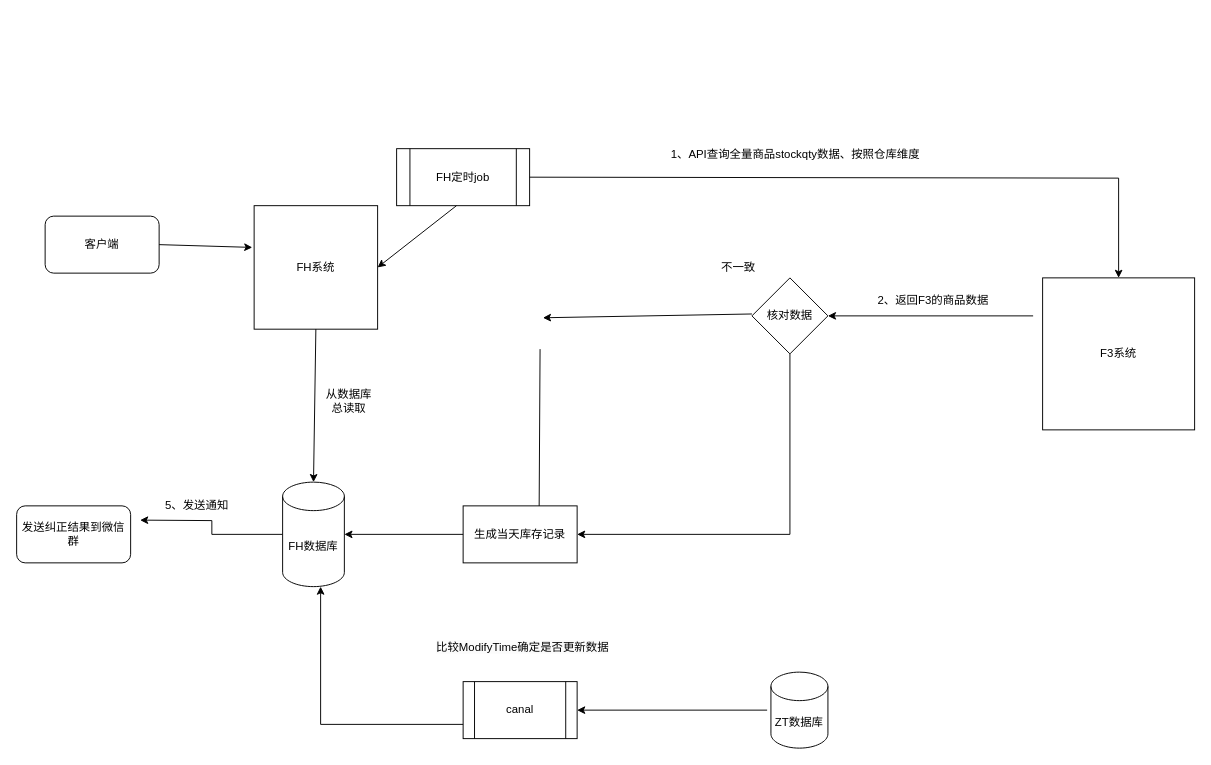
The draw.io diagram SketchMap/库存盘点.drawio in liuyunlong1229/aaa, before the edit. Source tidied: cells renumbered, new cells numbered last; positions are measured from the earlier drawing's top-left corner, leaving out a move shared by most shapes. Both pictures are drawn from the tidied source at 95%, with x=0, y=0 at pixel (16, 140).
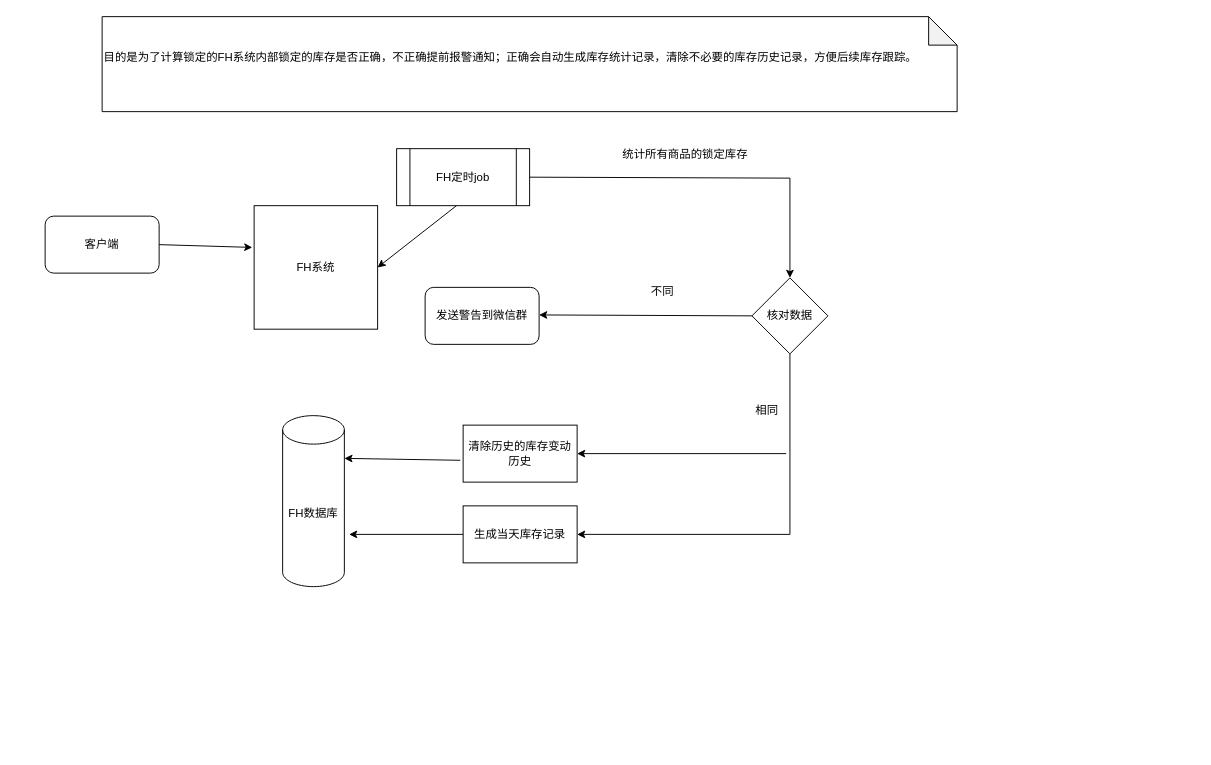
Above is the later version.

Commit message (it also covers changes not shown here):
更新库存盘点.drawio

The change refers to these unchanged cells:
```xml
<mxCell id="2" value="FH系统" style="whiteSpace=wrap;html=1;" parent="1" vertex="1">
  <mxGeometry x="250" y="69" width="130" height="130" as="geometry" />
</mxCell>
<mxCell id="7" value="FH定时job" style="shape=process;whiteSpace=wrap;html=1;backgroundOutline=1;" parent="1" vertex="1">
  <mxGeometry x="400" y="9" width="140" height="60" as="geometry" />
</mxCell>
<mxCell id="14" value="核对数据" style="rhombus;whiteSpace=wrap;html=1;" parent="1" vertex="1">
  <mxGeometry x="774" y="145" width="80" height="80" as="geometry" />
</mxCell>
<mxCell id="28" value="生成当天库存记录" style="rounded=0;whiteSpace=wrap;html=1;" parent="1" vertex="1">
  <mxGeometry x="470" y="385" width="120" height="60" as="geometry" />
</mxCell>
```

The edit, as a diff of the source:
```diff
@@
-    <mxCell id="3" style="edgeStyle=orthogonalEdgeStyle;rounded=0;jettySize=auto;html=1;entryX=1;entryY=0.5;entryDx=0;entryDy=0;" parent="1" edge="1" source="4">
-      <mxGeometry relative="1" as="geometry">
-        <mxPoint x="130" y="400" as="targetPoint" />
-      </mxGeometry>
-    </mxCell>
     <mxCell id="4" value="FH数据库" style="shape=cylinder3;whiteSpace=wrap;html=1;boundedLbl=1;backgroundOutline=1;size=15;" parent="1" vertex="1">
-      <mxGeometry x="280" y="360" width="65" height="110" as="geometry" />
+      <mxGeometry x="280" y="290" width="65" height="180" as="geometry" />
     </mxCell>
-    <mxCell id="5" value="F3系统" style="whiteSpace=wrap;html=1;" parent="1" vertex="1">
-      <mxGeometry x="1080" y="145" width="160" height="160" as="geometry" />
-    </mxCell>
-    <mxCell id="6" style="endArrow=classic;html=1;rounded=0;exitX=0.5;exitY=1;exitDx=0;exitDy=0;entryX=0.5;entryY=0;entryDx=0;entryDy=0;entryPerimeter=0;" parent="1" edge="1" source="2" target="4">
-      <mxGeometry relative="1" as="geometry" />
-    </mxCell>
@@
-    <mxCell id="8" style="endArrow=classic;html=1;rounded=0;entryX=0.5;entryY=0;entryDx=0;entryDy=0;exitX=1;exitY=0.5;exitDx=0;exitDy=0;" parent="1" edge="1" source="7" target="5">
-      <mxGeometry relative="1" as="geometry">
-        <Array as="points">
-          <mxPoint x="1160" y="40" />
-        </Array>
-      </mxGeometry>
-    </mxCell>
-    <mxCell id="9" value="1、API查询全量商品stockqty数据、按照仓库维度" style="text;html=1;align=center;verticalAlign=middle;whiteSpace=wrap;rounded=0;" parent="1" vertex="1">
-      <mxGeometry x="670" width="300" height="30" as="geometry" />
+    <mxCell id="9" value="统计所有商品的锁定库存" style="text;html=1;align=center;verticalAlign=middle;whiteSpace=wrap;rounded=0;" parent="1" vertex="1">
+      <mxGeometry x="554" width="300" height="30" as="geometry" />
     </mxCell>
@@
-    <mxCell id="15" style="endArrow=classic;html=1;rounded=0;entryX=1;entryY=0.5;entryDx=0;entryDy=0;" parent="1" edge="1" target="14">
-      <mxGeometry relative="1" as="geometry">
-        <mxPoint x="1070" y="185" as="sourcePoint" />
-      </mxGeometry>
-    </mxCell>
-    <mxCell id="16" style="endArrow=classic;html=1;rounded=0;entryX=1;entryY=0.25;entryDx=0;entryDy=0;" parent="1" edge="1">
-      <mxGeometry relative="1" as="geometry">
-        <mxPoint x="774" y="183" as="sourcePoint" />
-        <mxPoint x="554" y="187" as="targetPoint" />
-      </mxGeometry>
-    </mxCell>
-    <mxCell id="17" value="&lt;span style=&quot;color: rgb(0, 0, 0); font-family: Helvetica; font-size: 12px; font-style: normal; font-variant-ligatures: normal; font-variant-caps: normal; font-weight: 400; letter-spacing: normal; orphans: 2; text-align: center; text-indent: 0px; text-transform: none; widows: 2; word-spacing: 0px; -webkit-text-stroke-width: 0px; white-space: normal; background-color: rgb(251, 251, 251); text-decoration-thickness: initial; text-decoration-style: initial; text-decoration-color: initial; display: inline !important; float: none;&quot;&gt;比较ModifyTime确定是否更新数据&lt;/span&gt;" style="text;whiteSpace=wrap;html=1;" parent="1" vertex="1">
-      <mxGeometry x="440" y="520" width="220" height="40" as="geometry" />
-    </mxCell>
-    <mxCell id="18" value="canal" style="shape=process;whiteSpace=wrap;html=1;backgroundOutline=1;" parent="1" vertex="1">
-      <mxGeometry x="470" y="570" width="120" height="60" as="geometry" />
-    </mxCell>
-    <mxCell id="19" style="endArrow=classic;html=1;rounded=0;entryX=1;entryY=0.5;entryDx=0;entryDy=0;exitX=0;exitY=0.5;exitDx=0;exitDy=0;" parent="1" edge="1" target="18">
-      <mxGeometry relative="1" as="geometry">
-        <mxPoint x="790" y="600" as="sourcePoint" />
-      </mxGeometry>
-    </mxCell>
-    <mxCell id="20" style="endArrow=classic;html=1;rounded=0;exitX=0;exitY=0.75;exitDx=0;exitDy=0;" parent="1" edge="1" source="18">
-      <mxGeometry relative="1" as="geometry">
-        <mxPoint x="320" y="470" as="targetPoint" />
-        <Array as="points">
-          <mxPoint x="320" y="615" />
-        </Array>
-      </mxGeometry>
-    </mxCell>
-    <mxCell id="21" value="ZT数据库" style="shape=cylinder3;whiteSpace=wrap;html=1;boundedLbl=1;backgroundOutline=1;size=15;" parent="1" vertex="1">
-      <mxGeometry x="794" y="560" width="60" height="80" as="geometry" />
-    </mxCell>
-    <mxCell id="22" value="2、返回F3的商品数据" style="text;html=1;align=center;verticalAlign=middle;whiteSpace=wrap;rounded=0;" parent="1" vertex="1">
-      <mxGeometry x="880" y="154" width="170" height="30" as="geometry" />
-    </mxCell>
-    <mxCell id="23" value="不一致" style="text;html=1;align=center;verticalAlign=middle;whiteSpace=wrap;rounded=0;" parent="1" vertex="1">
-      <mxGeometry x="730" y="119" width="60" height="30" as="geometry" />
-    </mxCell>
-    <mxCell id="24" value="从数据库总读取" style="text;html=1;align=center;verticalAlign=middle;whiteSpace=wrap;rounded=0;" parent="1" vertex="1">
-      <mxGeometry x="320" y="260" width="60" height="30" as="geometry" />
-    </mxCell>
-    <mxCell id="25" value="发送纠正结果到微信群" style="rounded=1;whiteSpace=wrap;html=1;" parent="1" vertex="1">
-      <mxGeometry y="385" width="120" height="60" as="geometry" />
+    <mxCell id="25" value="发送警告到微信群" style="rounded=1;whiteSpace=wrap;html=1;" parent="1" vertex="1">
+      <mxGeometry x="430" y="155" width="120" height="60" as="geometry" />
     </mxCell>
-    <mxCell id="26" value="5、发送通知" style="text;html=1;align=center;verticalAlign=middle;whiteSpace=wrap;rounded=0;" parent="1" vertex="1">
-      <mxGeometry x="140" y="370" width="100" height="30" as="geometry" />
-    </mxCell>
-    <mxCell id="27" style="endArrow=classic;html=1;rounded=0;exitX=0.675;exitY=1.017;exitDx=0;exitDy=0;exitPerimeter=0;entryX=0;entryY=0.5;entryDx=0;entryDy=0;" parent="1" edge="1">
-      <mxGeometry relative="1" as="geometry">
-        <mxPoint x="551" y="220" as="sourcePoint" />
-        <mxPoint x="590" y="390" as="targetPoint" />
-        <Array as="points">
-          <mxPoint x="550" y="390" />
-        </Array>
-      </mxGeometry>
-    </mxCell>
@@
-    <mxCell id="29" style="endArrow=classic;html=1;rounded=0;entryX=1;entryY=0.5;entryDx=0;entryDy=0;entryPerimeter=0;exitX=0;exitY=0.5;exitDx=0;exitDy=0;" parent="1" edge="1" source="28" target="4">
-      <mxGeometry relative="1" as="geometry" />
+    <mxCell id="29" style="endArrow=classic;html=1;rounded=0;exitX=0;exitY=0.5;exitDx=0;exitDy=0;" parent="1" edge="1" source="28">
+      <mxGeometry relative="1" as="geometry">
+        <mxPoint x="350" y="415" as="targetPoint" />
+      </mxGeometry>
     </mxCell>
+    <mxCell id="30" style="endArrow=classic;html=1;rounded=0;exitX=1;exitY=0.5;exitDx=0;exitDy=0;entryX=0.5;entryY=0;entryDx=0;entryDy=0;" parent="1" edge="1" source="7" target="14">
+      <mxGeometry relative="1" as="geometry">
+        <Array as="points">
+          <mxPoint x="814" y="40" />
+        </Array>
+      </mxGeometry>
+    </mxCell>
+    <mxCell id="31" value="不同" style="text;html=1;align=center;verticalAlign=middle;whiteSpace=wrap;rounded=0;" parent="1" vertex="1">
+      <mxGeometry x="650" y="145" width="60" height="30" as="geometry" />
+    </mxCell>
+    <mxCell id="32" style="endArrow=classic;html=1;rounded=0;entryX=1;entryY=0.5;entryDx=0;entryDy=0;exitX=0;exitY=0.5;exitDx=0;exitDy=0;" parent="1" edge="1" source="14">
+      <mxGeometry relative="1" as="geometry">
+        <mxPoint x="550" y="184" as="targetPoint" />
+      </mxGeometry>
+    </mxCell>
+    <mxCell id="33" value="相同" style="text;html=1;align=center;verticalAlign=middle;whiteSpace=wrap;rounded=0;" parent="1" vertex="1">
+      <mxGeometry x="760" y="270" width="60" height="30" as="geometry" />
+    </mxCell>
+    <mxCell id="34" value="清除历史的库存变动历史" style="rounded=0;whiteSpace=wrap;html=1;" parent="1" vertex="1">
+      <mxGeometry x="470" y="300" width="120" height="60" as="geometry" />
+    </mxCell>
+    <mxCell id="35" style="endArrow=classic;html=1;rounded=0;entryX=1;entryY=0.5;entryDx=0;entryDy=0;" parent="1" edge="1" target="34">
+      <mxGeometry relative="1" as="geometry">
+        <mxPoint x="810" y="330" as="sourcePoint" />
+      </mxGeometry>
+    </mxCell>
+    <mxCell id="36" style="endArrow=classic;html=1;rounded=0;entryX=1;entryY=0.25;entryDx=0;entryDy=0;entryPerimeter=0;exitX=-0.025;exitY=0.617;exitDx=0;exitDy=0;exitPerimeter=0;" parent="1" edge="1" source="34" target="4">
+      <mxGeometry relative="1" as="geometry" />
+    </mxCell>
+    <mxCell id="37" value="&lt;div&gt;目的是为了计算锁定的FH系统内部锁定的库存是否正确，不正确提前报警通知；正确会自动生成库存统计记录，清除不必要的库存历史记录，方便后续库存跟踪。&lt;/div&gt;&lt;div&gt;&lt;br&gt;&lt;/div&gt;" style="shape=note;whiteSpace=wrap;html=1;backgroundOutline=1;darkOpacity=0.05;align=left;" parent="1" vertex="1">
+      <mxGeometry x="90" y="-130" width="900" height="100" as="geometry" />
+    </mxCell>
```
